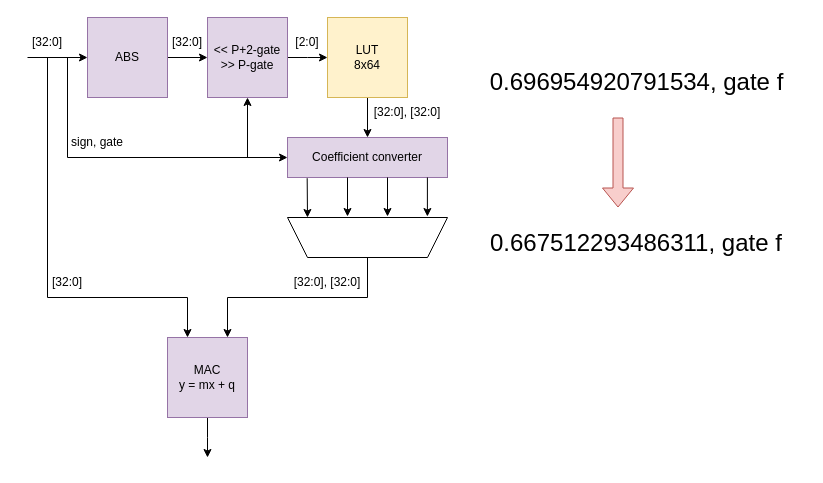
Above: slides/images/ACTU_new.drawio in AlessandroVaraldi/LSTM_ACCELERATOR (draw.io), before the change. Source tidied: cells renumbered, new cells numbered last; positions are measured from the earlier drawing's top-left corner, leaving out a move shared by most shapes. Both pictures are drawn from the tidied source at 100%, with x=0, y=0 at pixel (17, 17).
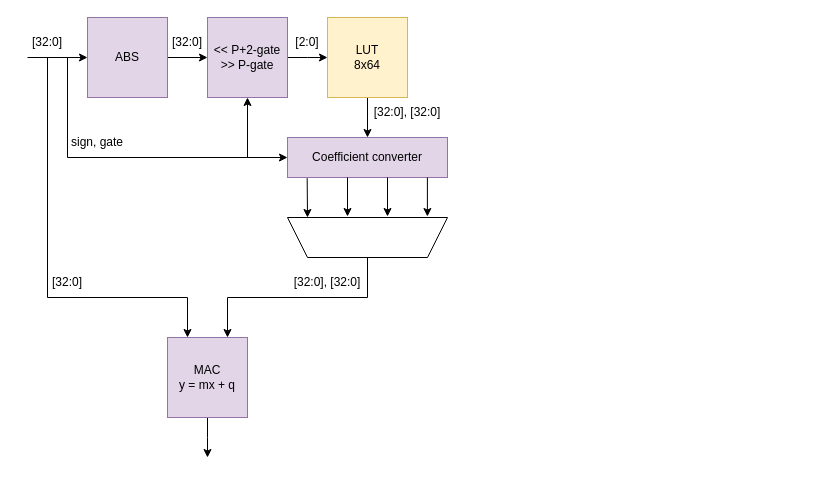
After the change.

Diff of the diagram source:
```diff
@@
-    <mxCell id="28" value="&lt;div&gt;&lt;font style=&quot;font-size: 24px;&quot;&gt;0.696954920791534, gate f&lt;br&gt;&lt;/font&gt;&lt;/div&gt;" style="text;html=1;align=center;verticalAlign=middle;whiteSpace=wrap;rounded=0;" parent="1" vertex="1">
-      <mxGeometry x="450" y="50" width="339" height="30" as="geometry" />
-    </mxCell>
-    <mxCell id="29" value="&lt;br&gt;&lt;table cellspacing=&quot;0&quot; border=&quot;0&quot;&gt;&lt;tbody&gt;&lt;tr&gt;&lt;td style=&quot;font-size: 24px;&quot; height=&quot;17&quot; align=&quot;right&quot;&gt;0.667512293486311, gate f&lt;br&gt;&lt;/td&gt;&lt;/tr&gt;&lt;/tbody&gt;&lt;/table&gt;" style="text;whiteSpace=wrap;html=1;" parent="1" vertex="1">
-      <mxGeometry x="469.5" y="190" width="300" height="110" as="geometry" />
-    </mxCell>
-    <mxCell id="30" style="shape=flexArrow;endArrow=classic;html=1;rounded=0;fillColor=#f8cecc;strokeColor=#b85450;" parent="1" edge="1">
-      <mxGeometry relative="1" as="geometry">
-        <mxPoint x="600.5" y="100" as="sourcePoint" />
-        <mxPoint x="600.5" y="190" as="targetPoint" />
-      </mxGeometry>
-    </mxCell>
```
